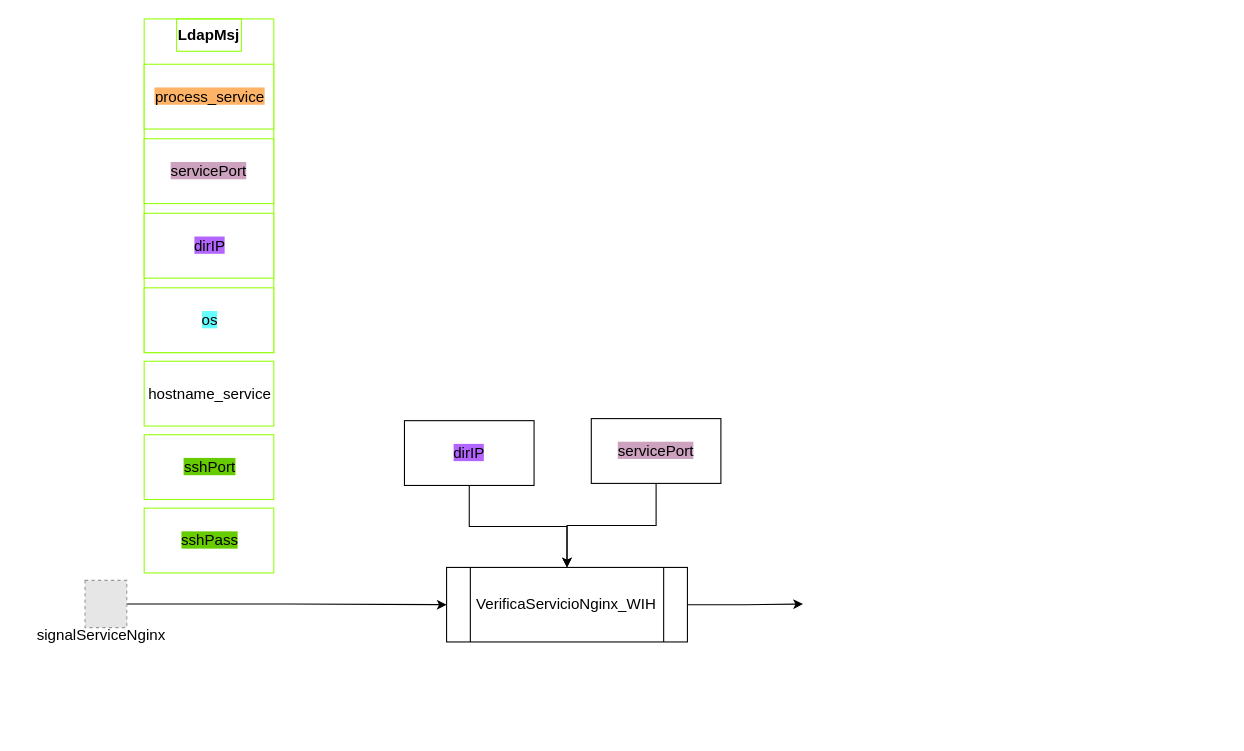
Above: page "verificaServicioNginx" (3 of 4) of esquemaProcesos.drawio in MarianaReyesH/gestionRed (draw.io), before the change. Source tidied: cells renumbered, new cells numbered last; positions are measured from the earlier drawing's top-left corner, leaving out a move shared by most shapes. Both pictures are drawn from the tidied source at 108%, with x=0, y=0 at pixel (18, 18). Pictures stored in the file or linked from it are replaced by grey dashed boxes.
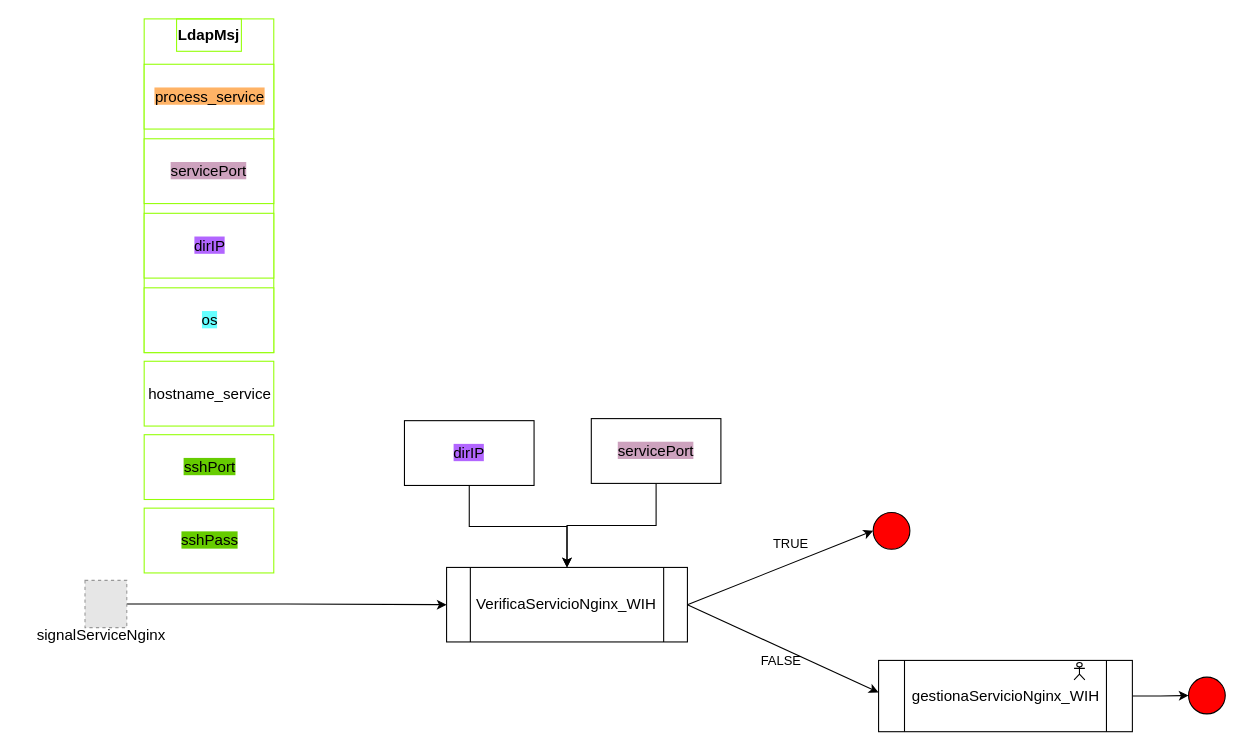
Above is the later version.

Unchanged cells that the change refers to:
```xml
<mxCell id="6" value="&lt;font style=&quot;font-size: 14px;&quot;&gt;VerificaServicioNginx_WIH&lt;/font&gt;" style="shape=process;whiteSpace=wrap;html=1;backgroundOutline=1;" parent="1" vertex="1">
  <mxGeometry x="396" y="507.9" width="223" height="69" as="geometry" />
</mxCell>
```

What changed in the source:
```diff
@@
-    <mxCell id="5" style="edgeStyle=orthogonalEdgeStyle;rounded=0;jettySize=auto;html=1;entryX=0;entryY=0.5;entryDx=0;entryDy=0;" parent="1" edge="1" source="6">
-      <mxGeometry relative="1" as="geometry">
-        <mxPoint x="726" y="541.8" as="targetPoint" />
-      </mxGeometry>
-    </mxCell>
@@
+    <mxCell id="21" style="endArrow=classic;html=1;rounded=0;entryX=0;entryY=0.5;entryDx=0;entryDy=0;exitX=1;exitY=0.5;exitDx=0;exitDy=0;" parent="1" edge="1" source="6" target="28">
+      <mxGeometry relative="1" as="geometry" />
+    </mxCell>
+    <mxCell id="22" style="endArrow=classic;html=1;rounded=0;entryX=0;entryY=0.449;entryDx=0;entryDy=0;entryPerimeter=0;exitX=1;exitY=0.5;exitDx=0;exitDy=0;" parent="1" edge="1" source="6" target="26">
+      <mxGeometry relative="1" as="geometry" />
+    </mxCell>
+    <mxCell id="23" value="TRUE" style="text;html=1;align=center;verticalAlign=middle;whiteSpace=wrap;rounded=0;" parent="1" vertex="1">
+      <mxGeometry x="685" y="471" width="60" height="30" as="geometry" />
+    </mxCell>
+    <mxCell id="24" value="FALSE" style="text;html=1;align=center;verticalAlign=middle;whiteSpace=wrap;rounded=0;" parent="1" vertex="1">
+      <mxGeometry x="676" y="580" width="60" height="30" as="geometry" />
+    </mxCell>
+    <mxCell id="25" style="edgeStyle=orthogonalEdgeStyle;rounded=0;jettySize=auto;html=1;entryX=0;entryY=0.5;entryDx=0;entryDy=0;" parent="1" edge="1" source="26" target="29">
+      <mxGeometry relative="1" as="geometry" />
+    </mxCell>
+    <mxCell id="26" value="&lt;font style=&quot;font-size: 14px;&quot;&gt;gestionaServicioNginx_WIH&lt;/font&gt;" style="shape=process;whiteSpace=wrap;html=1;backgroundOutline=1;" parent="1" vertex="1">
+      <mxGeometry x="796" y="594" width="235" height="66" as="geometry" />
+    </mxCell>
+    <mxCell id="27" style="shape=umlActor;verticalLabelPosition=bottom;verticalAlign=top;html=1;" parent="1" vertex="1">
+      <mxGeometry x="977" y="596" width="10" height="16" as="geometry" />
+    </mxCell>
+    <mxCell id="28" style="ellipse;whiteSpace=wrap;html=1;fillColor=#FF0000;" parent="1" vertex="1">
+      <mxGeometry x="791" y="457" width="34" height="34" as="geometry" />
+    </mxCell>
+    <mxCell id="29" style="ellipse;whiteSpace=wrap;html=1;fillColor=#FF0000;" parent="1" vertex="1">
+      <mxGeometry x="1083" y="609.5" width="34" height="34" as="geometry" />
+    </mxCell>
```
